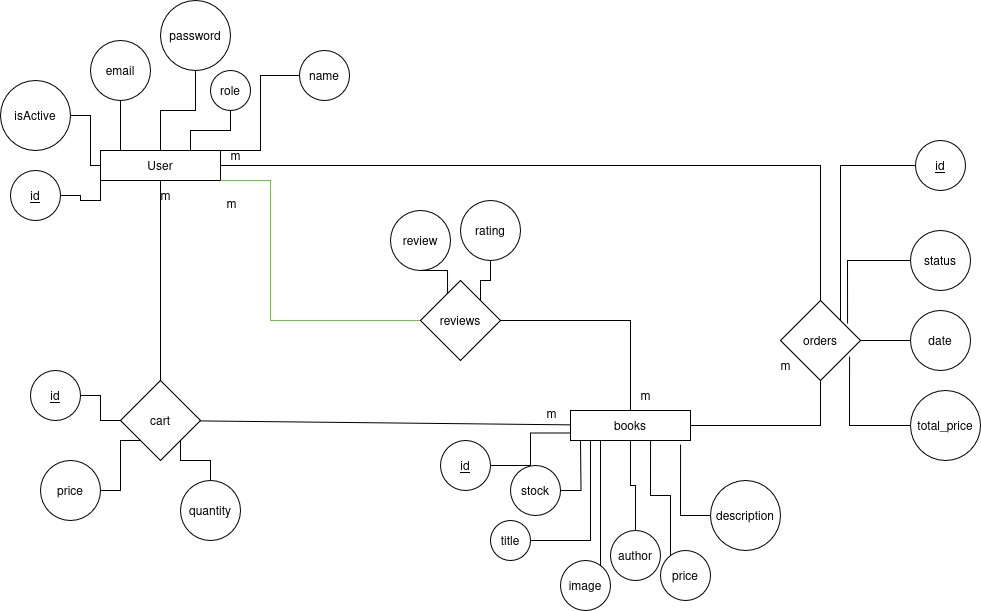
Before: erd.png, a diagram exported from draw.io (DanielFarag/bookstore). Source tidied: cells renumbered, new cells last; positions are measured from the earlier drawing's top-left corner, leaving out a move shared by most shapes. Source of this version:
```xml
<mxGraphModel>
  <root>
    <mxCell id="0" />
    <mxCell id="1" parent="0" />
    <mxCell id="2" value="User" style="rounded=0;whiteSpace=wrap;html=1;" parent="1" vertex="1">
      <mxGeometry x="100" y="150" width="120" height="30" as="geometry" />
    </mxCell>
    <mxCell id="3" style="edgeStyle=orthogonalEdgeStyle;rounded=0;jettySize=auto;html=1;endArrow=none;startFill=0;" parent="1" edge="1" source="4" target="2">
      <mxGeometry relative="1" as="geometry">
        <Array as="points">
          <mxPoint x="120" y="100" />
          <mxPoint x="110" y="100" />
        </Array>
      </mxGeometry>
    </mxCell>
    <mxCell id="4" value="email" style="ellipse;whiteSpace=wrap;html=1;" parent="1" vertex="1">
      <mxGeometry x="90" y="40" width="60" height="60" as="geometry" />
    </mxCell>
    <mxCell id="5" style="edgeStyle=orthogonalEdgeStyle;rounded=0;jettySize=auto;html=1;endArrow=none;startFill=0;" parent="1" edge="1" source="6" target="2">
      <mxGeometry relative="1" as="geometry" />
    </mxCell>
    <mxCell id="6" value="password" style="ellipse;whiteSpace=wrap;html=1;" parent="1" vertex="1">
      <mxGeometry x="160" width="70" height="70" as="geometry" />
    </mxCell>
    <mxCell id="7" style="edgeStyle=orthogonalEdgeStyle;rounded=0;jettySize=auto;html=1;entryX=1;entryY=0.5;entryDx=0;entryDy=0;endArrow=none;startFill=0;" parent="1" edge="1" source="8" target="2">
      <mxGeometry relative="1" as="geometry">
        <Array as="points">
          <mxPoint x="260" y="75" />
          <mxPoint x="260" y="150" />
          <mxPoint x="220" y="150" />
        </Array>
      </mxGeometry>
    </mxCell>
    <mxCell id="8" value="name" style="ellipse;whiteSpace=wrap;html=1;" parent="1" vertex="1">
      <mxGeometry x="299" y="50" width="50" height="50" as="geometry" />
    </mxCell>
    <mxCell id="9" style="edgeStyle=orthogonalEdgeStyle;rounded=0;jettySize=auto;html=1;endArrow=none;startFill=0;" parent="1" edge="1" source="10" target="2">
      <mxGeometry relative="1" as="geometry">
        <Array as="points">
          <mxPoint x="230" y="130" />
          <mxPoint x="190" y="130" />
        </Array>
      </mxGeometry>
    </mxCell>
    <mxCell id="10" value="role" style="ellipse;whiteSpace=wrap;html=1;" parent="1" vertex="1">
      <mxGeometry x="210" y="70" width="40" height="40" as="geometry" />
    </mxCell>
    <mxCell id="11" style="edgeStyle=orthogonalEdgeStyle;rounded=0;jettySize=auto;html=1;entryX=0;entryY=0.5;entryDx=0;entryDy=0;endArrow=none;startFill=0;" parent="1" edge="1" source="12" target="2">
      <mxGeometry relative="1" as="geometry" />
    </mxCell>
    <mxCell id="12" value="isActive" style="ellipse;whiteSpace=wrap;html=1;" parent="1" vertex="1">
      <mxGeometry y="80" width="70" height="70" as="geometry" />
    </mxCell>
    <mxCell id="13" style="edgeStyle=orthogonalEdgeStyle;rounded=0;jettySize=auto;html=1;endArrow=none;startFill=0;" parent="1" edge="1" source="14" target="26">
      <mxGeometry relative="1" as="geometry" />
    </mxCell>
    <mxCell id="14" value="books" style="rounded=0;whiteSpace=wrap;html=1;" parent="1" vertex="1">
      <mxGeometry x="570" y="410" width="120" height="30" as="geometry" />
    </mxCell>
    <mxCell id="15" style="edgeStyle=orthogonalEdgeStyle;rounded=0;jettySize=auto;html=1;entryX=1;entryY=0.5;entryDx=0;entryDy=0;endArrow=none;startFill=0;" parent="1" edge="1" source="16" target="26">
      <mxGeometry relative="1" as="geometry" />
    </mxCell>
    <mxCell id="16" value="date" style="ellipse;whiteSpace=wrap;html=1;" parent="1" vertex="1">
      <mxGeometry x="910" y="310" width="60" height="60" as="geometry" />
    </mxCell>
    <mxCell id="17" value="status" style="ellipse;whiteSpace=wrap;html=1;" parent="1" vertex="1">
      <mxGeometry x="910" y="230" width="60" height="60" as="geometry" />
    </mxCell>
    <mxCell id="18" value="total_price" style="ellipse;whiteSpace=wrap;html=1;" parent="1" vertex="1">
      <mxGeometry x="910" y="390" width="70" height="70" as="geometry" />
    </mxCell>
    <mxCell id="19" style="edgeStyle=orthogonalEdgeStyle;rounded=0;jettySize=auto;html=1;entryX=1;entryY=1;entryDx=0;entryDy=0;endArrow=none;startFill=0;" parent="1" edge="1" source="20" target="24">
      <mxGeometry relative="1" as="geometry" />
    </mxCell>
    <mxCell id="20" value="quantity" style="ellipse;whiteSpace=wrap;html=1;" parent="1" vertex="1">
      <mxGeometry x="180" y="480" width="60" height="60" as="geometry" />
    </mxCell>
    <mxCell id="21" style="edgeStyle=orthogonalEdgeStyle;rounded=0;jettySize=auto;html=1;entryX=0;entryY=1;entryDx=0;entryDy=0;endArrow=none;startFill=0;" parent="1" edge="1" source="22" target="24">
      <mxGeometry relative="1" as="geometry" />
    </mxCell>
    <mxCell id="22" value="price" style="ellipse;whiteSpace=wrap;html=1;" parent="1" vertex="1">
      <mxGeometry x="40" y="460" width="60" height="60" as="geometry" />
    </mxCell>
    <mxCell id="23" style="rounded=0;jettySize=auto;html=1;strokeColor=default;endArrow=none;startFill=0;" parent="1" edge="1" source="24" target="14">
      <mxGeometry relative="1" as="geometry" />
    </mxCell>
    <mxCell id="24" value="cart" style="rhombus;whiteSpace=wrap;html=1;rounded=0;" parent="1" vertex="1">
      <mxGeometry x="120" y="380" width="80" height="80" as="geometry" />
    </mxCell>
    <mxCell id="25" style="edgeStyle=orthogonalEdgeStyle;rounded=0;jettySize=auto;html=1;entryX=1;entryY=0.5;entryDx=0;entryDy=0;endArrow=none;startFill=0;" parent="1" edge="1" source="26" target="2">
      <mxGeometry relative="1" as="geometry">
        <Array as="points">
          <mxPoint x="820" y="165" />
        </Array>
      </mxGeometry>
    </mxCell>
    <mxCell id="26" value="orders" style="rhombus;whiteSpace=wrap;html=1;rounded=0;" parent="1" vertex="1">
      <mxGeometry x="780" y="300" width="80" height="80" as="geometry" />
    </mxCell>
    <mxCell id="27" style="edgeStyle=orthogonalEdgeStyle;rounded=0;jettySize=auto;html=1;endArrow=none;startFill=0;exitX=0.5;exitY=0;exitDx=0;exitDy=0;" parent="1" edge="1" source="24" target="2">
      <mxGeometry relative="1" as="geometry" />
    </mxCell>
    <mxCell id="28" style="edgeStyle=orthogonalEdgeStyle;rounded=0;jettySize=auto;html=1;entryX=1;entryY=0;entryDx=0;entryDy=0;endArrow=none;startFill=0;" parent="1" edge="1" source="29" target="33">
      <mxGeometry relative="1" as="geometry" />
    </mxCell>
    <mxCell id="29" value="rating" style="ellipse;whiteSpace=wrap;html=1;" parent="1" vertex="1">
      <mxGeometry x="460" y="200" width="60" height="60" as="geometry" />
    </mxCell>
    <mxCell id="30" value="review" style="ellipse;whiteSpace=wrap;html=1;" parent="1" vertex="1">
      <mxGeometry x="390" y="210" width="60" height="60" as="geometry" />
    </mxCell>
    <mxCell id="31" style="edgeStyle=orthogonalEdgeStyle;rounded=0;jettySize=auto;html=1;endArrow=none;startFill=0;fillColor=#d5e8d4;strokeColor=#82b366;" parent="1" edge="1" source="33" target="2">
      <mxGeometry relative="1" as="geometry">
        <Array as="points">
          <mxPoint x="270" y="320" />
          <mxPoint x="270" y="180" />
        </Array>
      </mxGeometry>
    </mxCell>
    <mxCell id="32" style="edgeStyle=orthogonalEdgeStyle;rounded=0;jettySize=auto;html=1;entryX=0.5;entryY=0;entryDx=0;entryDy=0;endArrow=none;startFill=0;" parent="1" edge="1" source="33" target="14">
      <mxGeometry relative="1" as="geometry" />
    </mxCell>
    <mxCell id="33" value="&lt;div&gt;reviews&lt;/div&gt;" style="rhombus;whiteSpace=wrap;html=1;rounded=0;" parent="1" vertex="1">
      <mxGeometry x="420" y="280" width="80" height="80" as="geometry" />
    </mxCell>
    <mxCell id="34" style="edgeStyle=orthogonalEdgeStyle;rounded=0;jettySize=auto;html=1;exitX=0.5;exitY=1;exitDx=0;exitDy=0;entryX=0.338;entryY=0.163;entryDx=0;entryDy=0;entryPerimeter=0;endArrow=none;startFill=0;" parent="1" edge="1" source="30" target="33">
      <mxGeometry relative="1" as="geometry" />
    </mxCell>
    <mxCell id="35" style="edgeStyle=orthogonalEdgeStyle;rounded=0;jettySize=auto;html=1;entryX=0.838;entryY=0.288;entryDx=0;entryDy=0;entryPerimeter=0;endArrow=none;startFill=0;" parent="1" edge="1" source="17" target="26">
      <mxGeometry relative="1" as="geometry" />
    </mxCell>
    <mxCell id="36" style="edgeStyle=orthogonalEdgeStyle;rounded=0;jettySize=auto;html=1;entryX=0.863;entryY=0.7;entryDx=0;entryDy=0;entryPerimeter=0;endArrow=none;startFill=0;" parent="1" edge="1" source="18" target="26">
      <mxGeometry relative="1" as="geometry" />
    </mxCell>
    <mxCell id="37" style="edgeStyle=orthogonalEdgeStyle;rounded=0;jettySize=auto;html=1;entryX=0;entryY=1;entryDx=0;entryDy=0;endArrow=none;startFill=0;" parent="1" edge="1" source="38" target="14">
      <mxGeometry relative="1" as="geometry">
        <Array as="points">
          <mxPoint x="590" y="540" />
          <mxPoint x="590" y="440" />
        </Array>
      </mxGeometry>
    </mxCell>
    <mxCell id="38" value="title" style="ellipse;whiteSpace=wrap;html=1;" parent="1" vertex="1">
      <mxGeometry x="490" y="520" width="40" height="40" as="geometry" />
    </mxCell>
    <mxCell id="39" style="edgeStyle=orthogonalEdgeStyle;rounded=0;jettySize=auto;html=1;entryX=0.5;entryY=1;entryDx=0;entryDy=0;endArrow=none;startFill=0;" parent="1" edge="1" source="40" target="14">
      <mxGeometry relative="1" as="geometry" />
    </mxCell>
    <mxCell id="40" value="author" style="ellipse;whiteSpace=wrap;html=1;" parent="1" vertex="1">
      <mxGeometry x="610" y="530" width="50" height="50" as="geometry" />
    </mxCell>
    <mxCell id="41" value="price" style="ellipse;whiteSpace=wrap;html=1;" parent="1" vertex="1">
      <mxGeometry x="660" y="550" width="50" height="50" as="geometry" />
    </mxCell>
    <mxCell id="42" value="description" style="ellipse;whiteSpace=wrap;html=1;" parent="1" vertex="1">
      <mxGeometry x="710" y="480" width="70" height="70" as="geometry" />
    </mxCell>
    <mxCell id="43" style="edgeStyle=orthogonalEdgeStyle;rounded=0;jettySize=auto;html=1;endArrow=none;startFill=0;" parent="1" edge="1" source="44">
      <mxGeometry relative="1" as="geometry">
        <mxPoint x="580" y="440" as="targetPoint" />
      </mxGeometry>
    </mxCell>
    <mxCell id="44" value="stock" style="ellipse;whiteSpace=wrap;html=1;" parent="1" vertex="1">
      <mxGeometry x="510" y="465" width="50" height="50" as="geometry" />
    </mxCell>
    <mxCell id="45" style="edgeStyle=orthogonalEdgeStyle;rounded=0;jettySize=auto;html=1;entryX=0.25;entryY=1;entryDx=0;entryDy=0;endArrow=none;startFill=0;" parent="1" edge="1" source="46" target="14">
      <mxGeometry relative="1" as="geometry">
        <Array as="points">
          <mxPoint x="600" y="525" />
        </Array>
      </mxGeometry>
    </mxCell>
    <mxCell id="46" value="image" style="ellipse;whiteSpace=wrap;html=1;" parent="1" vertex="1">
      <mxGeometry x="560" y="560" width="50" height="50" as="geometry" />
    </mxCell>
    <mxCell id="47" style="edgeStyle=orthogonalEdgeStyle;rounded=0;jettySize=auto;html=1;entryX=0.667;entryY=1;entryDx=0;entryDy=0;entryPerimeter=0;endArrow=none;startFill=0;" parent="1" edge="1" source="41" target="14">
      <mxGeometry relative="1" as="geometry">
        <Array as="points">
          <mxPoint x="670" y="495" />
          <mxPoint x="650" y="495" />
        </Array>
      </mxGeometry>
    </mxCell>
    <mxCell id="48" style="edgeStyle=orthogonalEdgeStyle;rounded=0;jettySize=auto;html=1;entryX=0.917;entryY=1.133;entryDx=0;entryDy=0;entryPerimeter=0;endArrow=none;startFill=0;" parent="1" edge="1" source="42" target="14">
      <mxGeometry relative="1" as="geometry" />
    </mxCell>
    <mxCell id="49" value="m" style="text;html=1;align=center;verticalAlign=middle;strokeColor=none;fillColor=none;" parent="1" vertex="1">
      <mxGeometry x="150" y="180" width="30" height="30" as="geometry" />
    </mxCell>
    <mxCell id="50" value="m" style="text;html=1;align=center;verticalAlign=middle;strokeColor=none;fillColor=none;" parent="1" vertex="1">
      <mxGeometry x="536" y="398" width="30" height="30" as="geometry" />
    </mxCell>
    <mxCell id="51" value="m" style="text;html=1;align=center;verticalAlign=middle;strokeColor=none;fillColor=none;" parent="1" vertex="1">
      <mxGeometry x="216" y="188" width="30" height="30" as="geometry" />
    </mxCell>
    <mxCell id="52" value="m" style="text;html=1;align=center;verticalAlign=middle;strokeColor=none;fillColor=none;" parent="1" vertex="1">
      <mxGeometry x="630" y="380" width="30" height="30" as="geometry" />
    </mxCell>
    <mxCell id="53" value="m" style="text;html=1;align=center;verticalAlign=middle;strokeColor=none;fillColor=none;" parent="1" vertex="1">
      <mxGeometry x="770" y="350" width="30" height="30" as="geometry" />
    </mxCell>
    <mxCell id="54" value="m" style="text;html=1;align=center;verticalAlign=middle;strokeColor=none;fillColor=none;" parent="1" vertex="1">
      <mxGeometry x="220" y="140" width="30" height="30" as="geometry" />
    </mxCell>
    <mxCell id="55" style="edgeStyle=orthogonalEdgeStyle;rounded=0;jettySize=auto;html=1;entryX=0;entryY=0.75;entryDx=0;entryDy=0;endArrow=none;startFill=0;" parent="1" edge="1" source="56" target="14">
      <mxGeometry relative="1" as="geometry" />
    </mxCell>
    <mxCell id="56" value="&lt;u&gt;id&lt;/u&gt;" style="ellipse;whiteSpace=wrap;html=1;" parent="1" vertex="1">
      <mxGeometry x="440" y="440" width="50" height="50" as="geometry" />
    </mxCell>
    <mxCell id="57" style="edgeStyle=orthogonalEdgeStyle;rounded=0;jettySize=auto;html=1;entryX=1;entryY=0;entryDx=0;entryDy=0;endArrow=none;startFill=0;" parent="1" edge="1" source="58" target="26">
      <mxGeometry relative="1" as="geometry" />
    </mxCell>
    <mxCell id="58" value="&lt;u&gt;id&lt;/u&gt;" style="ellipse;whiteSpace=wrap;html=1;" parent="1" vertex="1">
      <mxGeometry x="915" y="140" width="50" height="50" as="geometry" />
    </mxCell>
    <mxCell id="59" style="edgeStyle=orthogonalEdgeStyle;rounded=0;jettySize=auto;html=1;entryX=0;entryY=1;entryDx=0;entryDy=0;endArrow=none;startFill=0;" parent="1" edge="1" source="60" target="2">
      <mxGeometry relative="1" as="geometry" />
    </mxCell>
    <mxCell id="60" value="&lt;u&gt;id&lt;/u&gt;" style="ellipse;whiteSpace=wrap;html=1;" parent="1" vertex="1">
      <mxGeometry x="10" y="170" width="50" height="50" as="geometry" />
    </mxCell>
    <mxCell id="61" style="edgeStyle=orthogonalEdgeStyle;rounded=0;jettySize=auto;html=1;endArrow=none;startFill=0;" parent="1" edge="1" source="62" target="24">
      <mxGeometry relative="1" as="geometry" />
    </mxCell>
    <mxCell id="62" value="&lt;u&gt;id&lt;/u&gt;" style="ellipse;whiteSpace=wrap;html=1;" parent="1" vertex="1">
      <mxGeometry x="30" y="370" width="50" height="50" as="geometry" />
    </mxCell>
  </root>
</mxGraphModel>
```
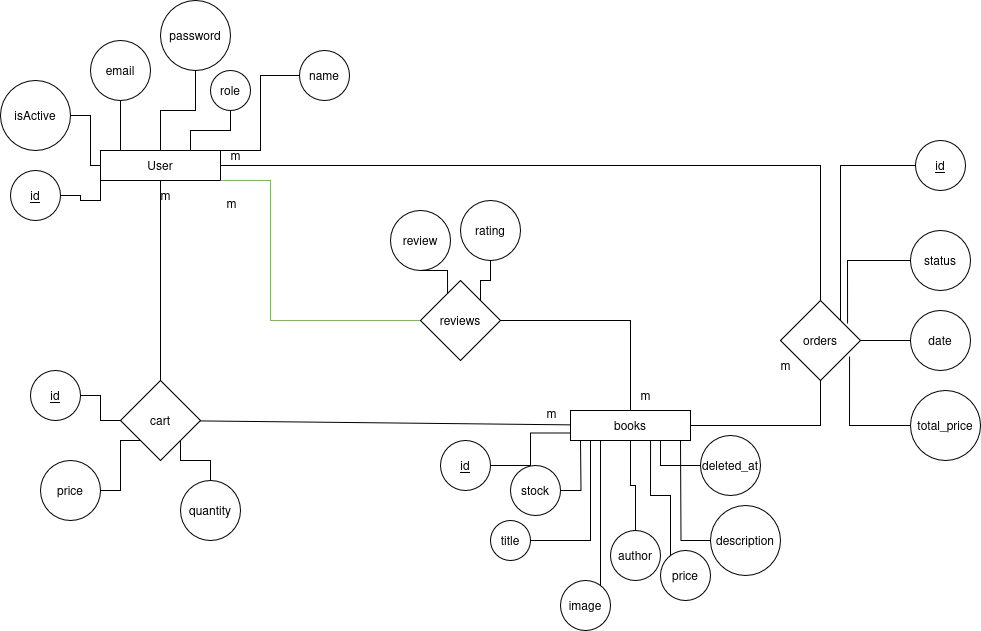
The same diagram one commit later.

Diff of the diagram source:
```diff
@@ -153,7 +153,7 @@
       <mxGeometry x="660" y="550" width="50" height="50" as="geometry" />
     </mxCell>
     <mxCell id="42" value="description" style="ellipse;whiteSpace=wrap;html=1;" parent="1" vertex="1">
-      <mxGeometry x="710" y="480" width="70" height="70" as="geometry" />
+      <mxGeometry x="710" y="505" width="70" height="70" as="geometry" />
     </mxCell>
     <mxCell id="43" style="edgeStyle=orthogonalEdgeStyle;rounded=0;jettySize=auto;html=1;endArrow=none;startFill=0;" parent="1" edge="1" source="44">
       <mxGeometry relative="1" as="geometry">
@@ -171,7 +171,7 @@
       </mxGeometry>
     </mxCell>
     <mxCell id="46" value="image" style="ellipse;whiteSpace=wrap;html=1;" parent="1" vertex="1">
-      <mxGeometry x="560" y="560" width="50" height="50" as="geometry" />
+      <mxGeometry x="560" y="580" width="50" height="50" as="geometry" />
     </mxCell>
     <mxCell id="47" style="edgeStyle=orthogonalEdgeStyle;rounded=0;jettySize=auto;html=1;entryX=0.667;entryY=1;entryDx=0;entryDy=0;entryPerimeter=0;endArrow=none;startFill=0;" parent="1" edge="1" source="41" target="14">
       <mxGeometry relative="1" as="geometry">
@@ -181,8 +181,10 @@
         </Array>
       </mxGeometry>
     </mxCell>
-    <mxCell id="48" style="edgeStyle=orthogonalEdgeStyle;rounded=0;jettySize=auto;html=1;entryX=0.917;entryY=1.133;entryDx=0;entryDy=0;entryPerimeter=0;endArrow=none;startFill=0;" parent="1" edge="1" source="42" target="14">
-      <mxGeometry relative="1" as="geometry" />
+    <mxCell id="48" style="edgeStyle=orthogonalEdgeStyle;rounded=0;jettySize=auto;html=1;endArrow=none;startFill=0;" parent="1" edge="1" source="42">
+      <mxGeometry relative="1" as="geometry">
+        <mxPoint x="680" y="440" as="targetPoint" />
+      </mxGeometry>
     </mxCell>
     <mxCell id="49" value="m" style="text;html=1;align=center;verticalAlign=middle;strokeColor=none;fillColor=none;" parent="1" vertex="1">
       <mxGeometry x="150" y="180" width="30" height="30" as="geometry" />
@@ -226,5 +228,11 @@
     <mxCell id="62" value="&lt;u&gt;id&lt;/u&gt;" style="ellipse;whiteSpace=wrap;html=1;" parent="1" vertex="1">
       <mxGeometry x="30" y="370" width="50" height="50" as="geometry" />
     </mxCell>
+    <mxCell id="63" style="edgeStyle=orthogonalEdgeStyle;rounded=0;jettySize=auto;html=1;entryX=0.75;entryY=1;entryDx=0;entryDy=0;endArrow=none;startFill=0;" parent="1" edge="1" source="64" target="14">
+      <mxGeometry relative="1" as="geometry" />
+    </mxCell>
+    <mxCell id="64" value="deleted_at" style="ellipse;whiteSpace=wrap;html=1;" parent="1" vertex="1">
+      <mxGeometry x="700" y="435" width="60" height="60" as="geometry" />
+    </mxCell>
   </root>
 </mxGraphModel>
```
